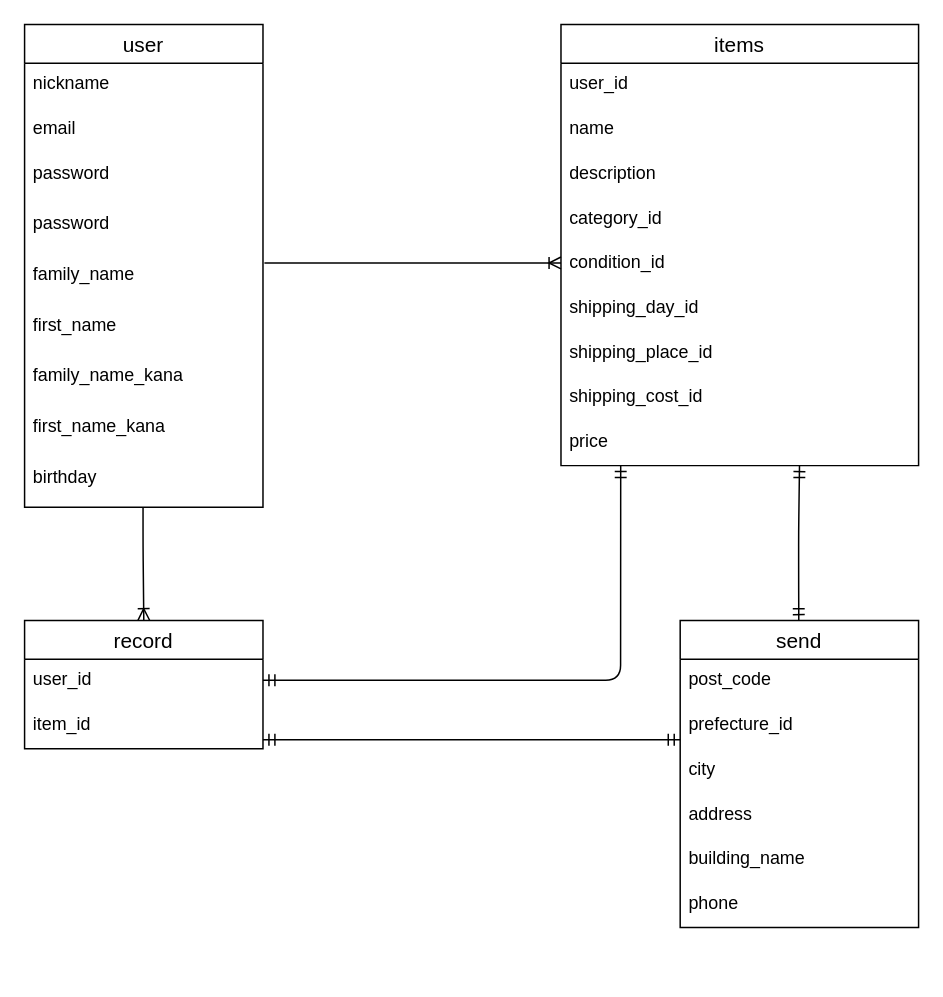
The draw.io diagram test.dio in naoki1022/furima-35481, before the edit. Source tidied: cells renumbered, new cells numbered last; positions are measured from the earlier drawing's top-left corner, leaving out a move shared by most shapes. Both pictures are drawn from the tidied source at 149%, with x=0, y=0 at pixel (24, 24).
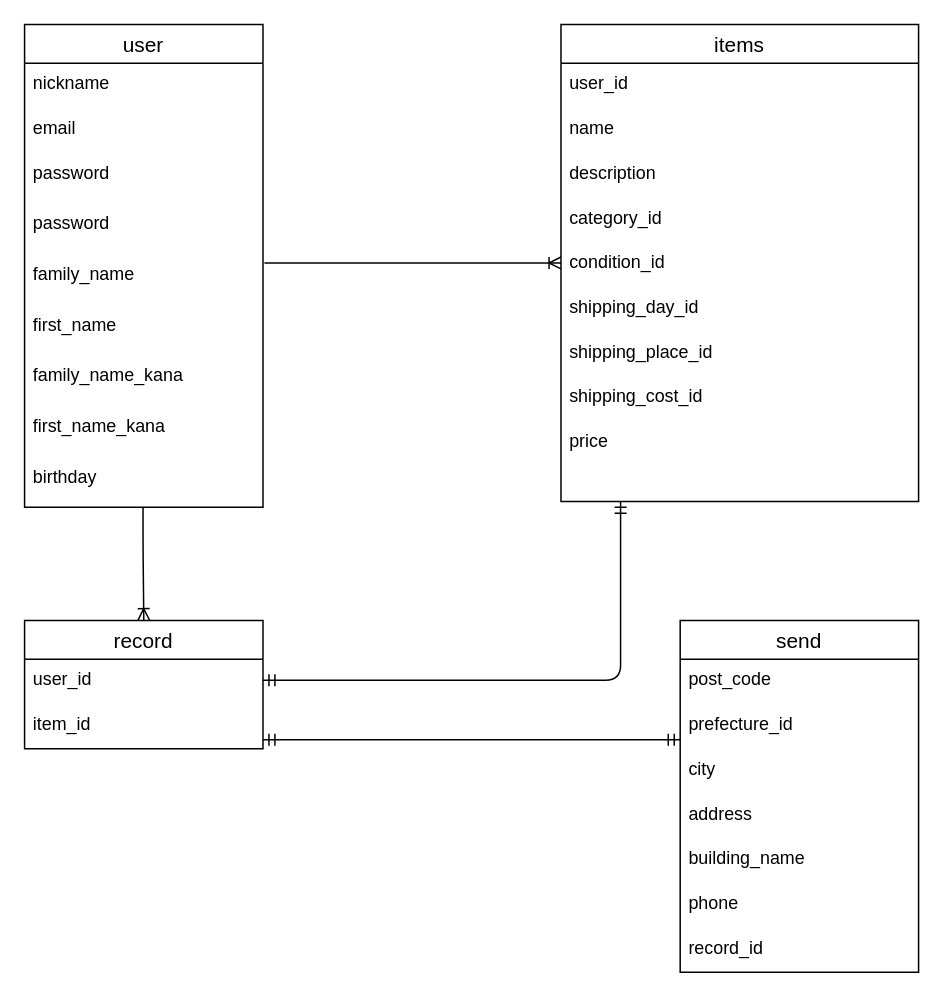
Above is the later version.

Change to the diagram source:
```diff
@@
     <mxCell id="12" value="items" style="swimlane;fontStyle=0;horizontal=1;startSize=26;align=center;fontSize=14;" parent="1" vertex="1">
-      <mxGeometry x="360" width="240" height="296" as="geometry" />
+      <mxGeometry x="360" width="240" height="320" as="geometry" />
     </mxCell>
@@
     <mxCell id="21" value="price" style="text;strokeColor=none;fillColor=none;spacingLeft=4;spacingRight=4;overflow=hidden;points=[[0,0.5],[1,0.5]];portConstraint=eastwest;fontSize=12;" parent="12" vertex="1">
-      <mxGeometry y="266" width="240" height="30" as="geometry" />
+      <mxGeometry y="266" width="240" height="54" as="geometry" />
     </mxCell>
     <mxCell id="22" value="send" style="swimlane;fontStyle=0;horizontal=1;startSize=26;align=center;fontSize=14;" parent="1" vertex="1">
-      <mxGeometry x="440" y="400" width="160" height="206" as="geometry" />
+      <mxGeometry x="440" y="400" width="160" height="236" as="geometry" />
     </mxCell>
@@
-    <mxCell id="29" style="fontSize=12;html=1;endArrow=ERmandOne;startArrow=ERmandOne;exitX=0.882;exitY=0;exitDx=0;exitDy=0;exitPerimeter=0;entryX=0.667;entryY=1;entryDx=0;entryDy=0;entryPerimeter=0;" parent="1" edge="1" target="21">
-      <mxGeometry relative="1" as="geometry">
-        <mxPoint x="519.6" y="400" as="sourcePoint" />
-        <Array as="points">
-          <mxPoint x="519.5" y="370" />
-          <mxPoint x="519.5" y="340" />
-        </Array>
-      </mxGeometry>
-    </mxCell>
+    <mxCell id="37" value="record_id" style="text;strokeColor=none;fillColor=none;spacingLeft=4;spacingRight=4;overflow=hidden;fontSize=12;" parent="22" vertex="1">
+      <mxGeometry y="206" width="160" height="30" as="geometry" />
+    </mxCell>
@@
-    <mxCell id="36" style="fontSize=12;html=1;endArrow=ERmandOne;startArrow=ERmandOne;entryX=0.167;entryY=1;entryDx=0;entryDy=0;entryPerimeter=0;" parent="1" edge="1" target="21">
+    <mxCell id="36" style="fontSize=12;html=1;endArrow=ERmandOne;startArrow=ERmandOne;" parent="1" edge="1">
       <mxGeometry relative="1" as="geometry">
         <mxPoint x="160" y="440" as="sourcePoint" />
+        <mxPoint x="400" y="320" as="targetPoint" />
         <Array as="points">
           <mxPoint x="400" y="440" />
         </Array>
       </mxGeometry>
     </mxCell>
```
